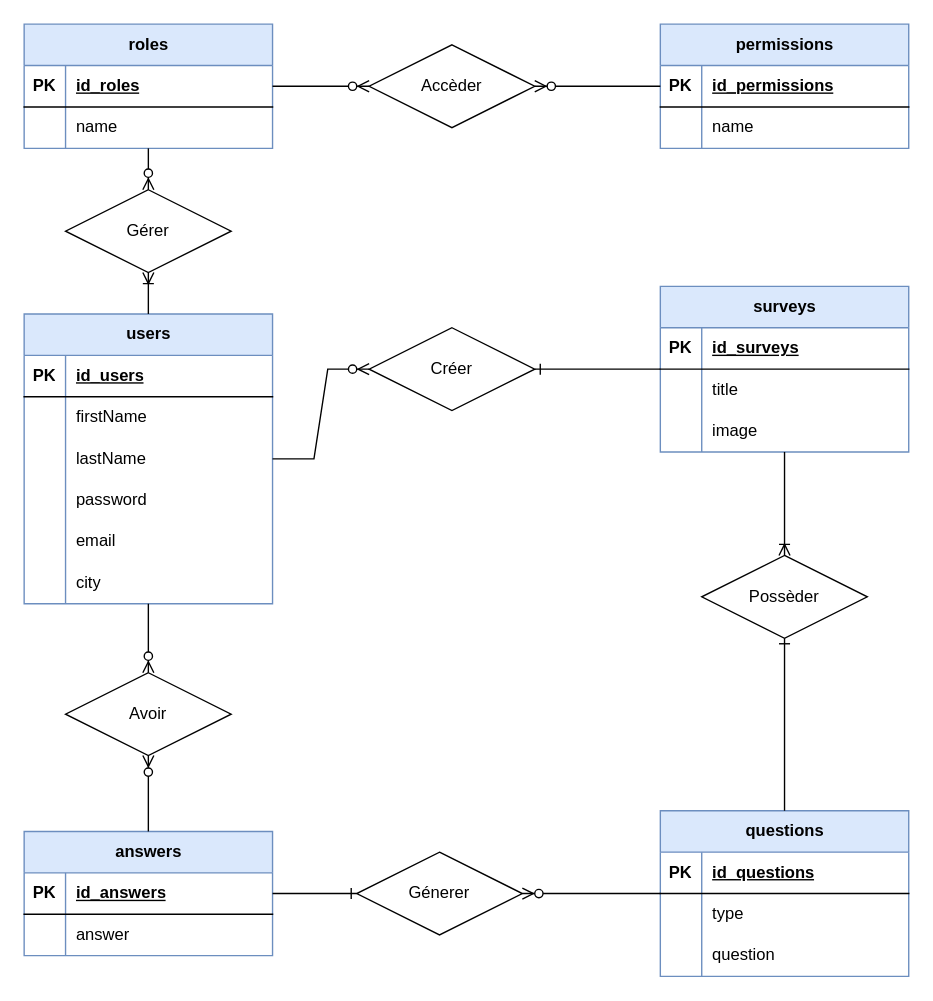
Earlier version of the draw.io diagram doc/TPI-MCD.drawio (Robi2004/survey). Source tidied: cells renumbered, new cells numbered last; positions are measured from the earlier drawing's top-left corner, leaving out a move shared by most shapes. Both pictures are drawn from the tidied source at 138%, with x=0, y=0 at pixel (23, 23).
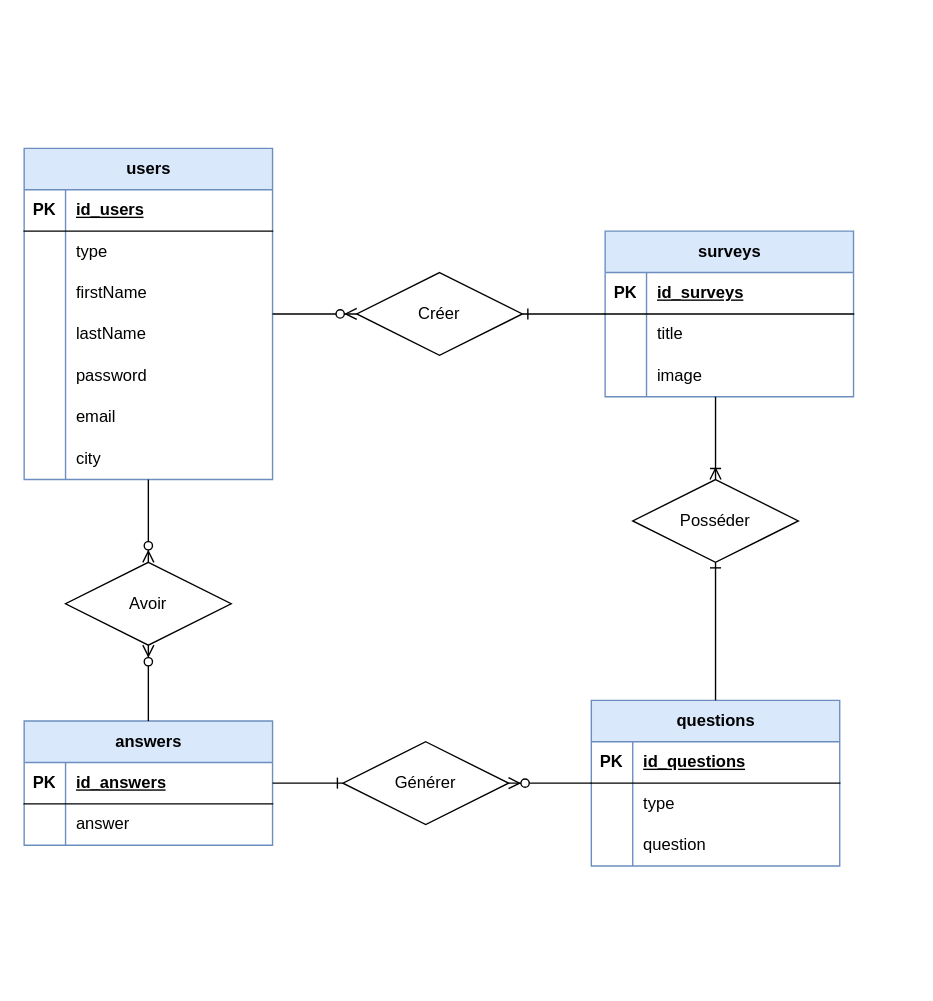
After the change.

Diff of the diagram source:
```diff
@@
     <mxCell id="2" value="surveys" style="shape=table;startSize=30;childLayout=tableLayout;rowLines=0;fontStyle=1;align=center;html=1;fillColor=#dae8fc;strokeColor=#6c8ebf;" parent="1" vertex="1">
-      <mxGeometry x="461" y="190" width="180" height="120" as="geometry" />
+      <mxGeometry x="421" y="150" width="180" height="120" as="geometry" />
     </mxCell>
@@
     <mxCell id="12" value="users" style="shape=table;startSize=30;childLayout=tableLayout;rowLines=0;fontStyle=1;align=center;html=1;fillColor=#dae8fc;strokeColor=#6c8ebf;" parent="1" vertex="1">
-      <mxGeometry y="210" width="180" height="210" as="geometry" />
+      <mxGeometry y="90" width="180" height="240" as="geometry" />
     </mxCell>
@@
+    <mxCell id="80" style="shape=tableRow;horizontal=0;startSize=0;swimlaneHead=0;swimlaneBody=0;fillColor=none;top=0;left=0;right=0;bottom=0;" parent="12" vertex="1">
+      <mxGeometry y="60" width="180" height="30" as="geometry" />
+    </mxCell>
+    <mxCell id="81" style="shape=partialRectangle;fillColor=none;top=0;left=0;bottom=0;right=0;overflow=hidden;whiteSpace=wrap;html=1;" parent="80" vertex="1">
+      <mxGeometry width="30" height="30" as="geometry" />
+    </mxCell>
+    <mxCell id="82" value="type" style="shape=partialRectangle;fillColor=none;top=0;left=0;bottom=0;right=0;align=left;spacingLeft=6;overflow=hidden;whiteSpace=wrap;html=1;" parent="80" vertex="1">
+      <mxGeometry x="30" width="150" height="30" as="geometry" />
+    </mxCell>
     <mxCell id="16" style="shape=tableRow;horizontal=0;startSize=0;swimlaneHead=0;swimlaneBody=0;fillColor=none;top=0;left=0;right=0;bottom=0;" parent="12" vertex="1">
-      <mxGeometry y="60" width="180" height="30" as="geometry" />
+      <mxGeometry y="90" width="180" height="30" as="geometry" />
     </mxCell>
@@
     <mxCell id="19" style="shape=tableRow;horizontal=0;startSize=0;swimlaneHead=0;swimlaneBody=0;fillColor=none;top=0;left=0;right=0;bottom=0;" parent="12" vertex="1">
-      <mxGeometry y="90" width="180" height="30" as="geometry" />
+      <mxGeometry y="120" width="180" height="30" as="geometry" />
     </mxCell>
@@
     <mxCell id="22" style="shape=tableRow;horizontal=0;startSize=0;swimlaneHead=0;swimlaneBody=0;fillColor=none;top=0;left=0;right=0;bottom=0;" parent="12" vertex="1">
-      <mxGeometry y="120" width="180" height="30" as="geometry" />
+      <mxGeometry y="150" width="180" height="30" as="geometry" />
     </mxCell>
@@
     <mxCell id="25" style="shape=tableRow;horizontal=0;startSize=0;swimlaneHead=0;swimlaneBody=0;fillColor=none;top=0;left=0;right=0;bottom=0;" parent="12" vertex="1">
-      <mxGeometry y="150" width="180" height="30" as="geometry" />
+      <mxGeometry y="180" width="180" height="30" as="geometry" />
     </mxCell>
@@
     <mxCell id="28" style="shape=tableRow;horizontal=0;startSize=0;swimlaneHead=0;swimlaneBody=0;fillColor=none;top=0;left=0;right=0;bottom=0;" parent="12" vertex="1">
-      <mxGeometry y="180" width="180" height="30" as="geometry" />
+      <mxGeometry y="210" width="180" height="30" as="geometry" />
     </mxCell>
@@
     <mxCell id="31" value="Créer" style="shape=rhombus;perimeter=rhombusPerimeter;whiteSpace=wrap;html=1;align=center;" parent="1" vertex="1">
-      <mxGeometry x="250" y="220" width="120" height="60" as="geometry" />
+      <mxGeometry x="241" y="180" width="120" height="60" as="geometry" />
     </mxCell>
@@
     <mxCell id="33" value="answers" style="shape=table;startSize=30;childLayout=tableLayout;rowLines=0;fontStyle=1;align=center;html=1;fillColor=#dae8fc;strokeColor=#6c8ebf;" parent="1" vertex="1">
-      <mxGeometry y="585" width="180" height="90" as="geometry" />
+      <mxGeometry y="505" width="180" height="90" as="geometry" />
     </mxCell>
@@
-    <mxCell id="41" value="Possèder" style="shape=rhombus;perimeter=rhombusPerimeter;whiteSpace=wrap;html=1;align=center;" parent="1" vertex="1">
-      <mxGeometry x="491" y="385" width="120" height="60" as="geometry" />
+    <mxCell id="41" value="Posséder" style="shape=rhombus;perimeter=rhombusPerimeter;whiteSpace=wrap;html=1;align=center;" parent="1" vertex="1">
+      <mxGeometry x="441" y="330" width="120" height="60" as="geometry" />
     </mxCell>
@@
     <mxCell id="43" value="Avoir" style="shape=rhombus;perimeter=rhombusPerimeter;whiteSpace=wrap;html=1;align=center;" parent="1" vertex="1">
-      <mxGeometry x="30" y="470" width="120" height="60" as="geometry" />
+      <mxGeometry x="30" y="390" width="120" height="60" as="geometry" />
     </mxCell>
     <mxCell id="44" value="questions" style="shape=table;startSize=30;childLayout=tableLayout;rowLines=0;fontStyle=1;align=center;html=1;fillColor=#dae8fc;strokeColor=#6c8ebf;" parent="1" vertex="1">
-      <mxGeometry x="461" y="570" width="180" height="120" as="geometry" />
+      <mxGeometry x="411" y="490" width="180" height="120" as="geometry" />
     </mxCell>
@@
-    <mxCell id="55" value="Génerer" style="shape=rhombus;perimeter=rhombusPerimeter;whiteSpace=wrap;html=1;align=center;" parent="1" vertex="1">
-      <mxGeometry x="241" y="600" width="120" height="60" as="geometry" />
+    <mxCell id="55" value="Générer" style="shape=rhombus;perimeter=rhombusPerimeter;whiteSpace=wrap;html=1;align=center;" parent="1" vertex="1">
+      <mxGeometry x="231" y="520" width="120" height="60" as="geometry" />
     </mxCell>
@@
-    <mxCell id="58" value="roles" style="shape=table;startSize=30;childLayout=tableLayout;rowLines=0;fontStyle=1;align=center;html=1;fillColor=#dae8fc;strokeColor=#6c8ebf;" parent="1" vertex="1">
-      <mxGeometry width="180" height="90" as="geometry" />
-    </mxCell>
-    <mxCell id="59" style="shape=tableRow;horizontal=0;startSize=0;swimlaneHead=0;swimlaneBody=0;fillColor=none;top=0;left=0;right=0;bottom=1;" parent="58" vertex="1">
-      <mxGeometry y="30" width="180" height="30" as="geometry" />
-    </mxCell>
-    <mxCell id="60" value="PK" style="shape=partialRectangle;fillColor=none;top=0;left=0;bottom=0;right=0;fontStyle=1;overflow=hidden;whiteSpace=wrap;html=1;" parent="59" vertex="1">
-      <mxGeometry width="30" height="30" as="geometry" />
-    </mxCell>
-    <mxCell id="61" value="id_roles" style="shape=partialRectangle;fillColor=none;top=0;left=0;bottom=0;right=0;align=left;spacingLeft=6;fontStyle=5;overflow=hidden;whiteSpace=wrap;html=1;" parent="59" vertex="1">
-      <mxGeometry x="30" width="150" height="30" as="geometry" />
-    </mxCell>
-    <mxCell id="62" style="shape=tableRow;horizontal=0;startSize=0;swimlaneHead=0;swimlaneBody=0;fillColor=none;top=0;left=0;right=0;bottom=0;" parent="58" vertex="1">
-      <mxGeometry y="60" width="180" height="30" as="geometry" />
-    </mxCell>
-    <mxCell id="63" style="shape=partialRectangle;fillColor=none;top=0;left=0;bottom=0;right=0;overflow=hidden;whiteSpace=wrap;html=1;" parent="62" vertex="1">
-      <mxGeometry width="30" height="30" as="geometry" />
-    </mxCell>
-    <mxCell id="64" value="name" style="shape=partialRectangle;fillColor=none;top=0;left=0;bottom=0;right=0;align=left;spacingLeft=6;overflow=hidden;whiteSpace=wrap;html=1;" parent="62" vertex="1">
-      <mxGeometry x="30" width="150" height="30" as="geometry" />
-    </mxCell>
-    <mxCell id="65" value="permissions" style="shape=table;startSize=30;childLayout=tableLayout;rowLines=0;fontStyle=1;align=center;html=1;fillColor=#dae8fc;strokeColor=#6c8ebf;" parent="1" vertex="1">
-      <mxGeometry x="461" width="180" height="90" as="geometry" />
-    </mxCell>
-    <mxCell id="66" style="shape=tableRow;horizontal=0;startSize=0;swimlaneHead=0;swimlaneBody=0;fillColor=none;top=0;left=0;right=0;bottom=1;" parent="65" vertex="1">
-      <mxGeometry y="30" width="180" height="30" as="geometry" />
-    </mxCell>
-    <mxCell id="67" value="PK" style="shape=partialRectangle;fillColor=none;top=0;left=0;bottom=0;right=0;fontStyle=1;overflow=hidden;whiteSpace=wrap;html=1;" parent="66" vertex="1">
-      <mxGeometry width="30" height="30" as="geometry" />
-    </mxCell>
-    <mxCell id="68" value="id_permissions" style="shape=partialRectangle;fillColor=none;top=0;left=0;bottom=0;right=0;align=left;spacingLeft=6;fontStyle=5;overflow=hidden;whiteSpace=wrap;html=1;" parent="66" vertex="1">
-      <mxGeometry x="30" width="150" height="30" as="geometry" />
-    </mxCell>
-    <mxCell id="69" style="shape=tableRow;horizontal=0;startSize=0;swimlaneHead=0;swimlaneBody=0;fillColor=none;top=0;left=0;right=0;bottom=0;" parent="65" vertex="1">
-      <mxGeometry y="60" width="180" height="30" as="geometry" />
-    </mxCell>
-    <mxCell id="70" style="shape=partialRectangle;fillColor=none;top=0;left=0;bottom=0;right=0;overflow=hidden;whiteSpace=wrap;html=1;" parent="69" vertex="1">
-      <mxGeometry width="30" height="30" as="geometry" />
-    </mxCell>
-    <mxCell id="71" value="name" style="shape=partialRectangle;fillColor=none;top=0;left=0;bottom=0;right=0;align=left;spacingLeft=6;overflow=hidden;whiteSpace=wrap;html=1;" parent="69" vertex="1">
-      <mxGeometry x="30" width="150" height="30" as="geometry" />
-    </mxCell>
-    <mxCell id="72" style="edgeStyle=entityRelationEdgeStyle;fontSize=12;html=1;endArrow=ERzeroToMany;endFill=1;rounded=0;" parent="1" edge="1" source="58" target="73">
-      <mxGeometry relative="1" as="geometry" />
-    </mxCell>
-    <mxCell id="73" value="Accèder" style="shape=rhombus;perimeter=rhombusPerimeter;whiteSpace=wrap;html=1;align=center;" parent="1" vertex="1">
-      <mxGeometry x="250" y="15" width="120" height="60" as="geometry" />
-    </mxCell>
-    <mxCell id="74" style="edgeStyle=entityRelationEdgeStyle;fontSize=12;html=1;endArrow=ERzeroToMany;endFill=1;rounded=0;" parent="1" edge="1" source="65" target="73">
-      <mxGeometry relative="1" as="geometry" />
-    </mxCell>
-    <mxCell id="75" value="Gérer" style="shape=rhombus;perimeter=rhombusPerimeter;whiteSpace=wrap;html=1;align=center;" parent="1" vertex="1">
-      <mxGeometry x="30" y="120" width="120" height="60" as="geometry" />
-    </mxCell>
-    <mxCell id="76" style="edgeStyle=elbowEdgeStyle;fontSize=12;html=1;endArrow=ERzeroToMany;endFill=1;rounded=0;" parent="1" edge="1" source="58" target="75">
-      <mxGeometry relative="1" as="geometry" />
-    </mxCell>
-    <mxCell id="77" style="edgeStyle=elbowEdgeStyle;fontSize=12;html=1;endArrow=ERoneToMany;rounded=0;elbow=vertical;" parent="1" edge="1" source="12" target="75">
-      <mxGeometry relative="1" as="geometry" />
-    </mxCell>
```
